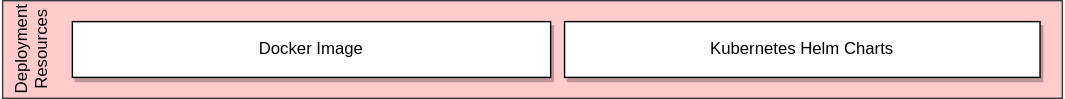
odpi/egeria-docs keeps this draw.io diagram as site/docs/release-notes/deployment-resources-functional-detail.svg. Above is the earlier version. Source tidied: cells renumbered, new cells last; positions are measured from the earlier drawing's top-left corner, leaving out a move shared by most shapes.
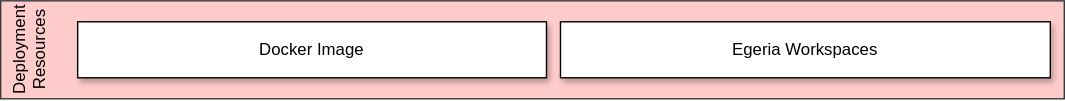
After the change.

What changed in the source:
```diff
@@ -3,13 +3,13 @@
     <mxCell id="0" />
     <mxCell id="1" parent="0" />
     <mxCell id="2" value="Deployment Resources" style="rounded=0;whiteSpace=wrap;html=1;horizontal=0;verticalAlign=top;fillColor=#ffcccc;strokeColor=#36393d;" parent="1" vertex="1">
-      <mxGeometry width="760" height="70" as="geometry" />
+      <mxGeometry x="1621" y="81" width="760" height="70" as="geometry" />
     </mxCell>
-    <mxCell id="3" value="Kubernetes Helm Charts" style="rounded=0;whiteSpace=wrap;html=1;align=center;shadow=1;" parent="1" vertex="1">
-      <mxGeometry x="403" y="15" width="341" height="40" as="geometry" />
+    <mxCell id="3" value="Docker Image" style="rounded=0;whiteSpace=wrap;html=1;align=center;shadow=1;" parent="1" vertex="1">
+      <mxGeometry x="1676" y="96" width="335" height="40" as="geometry" />
     </mxCell>
-    <mxCell id="4" value="Docker Image" style="rounded=0;whiteSpace=wrap;html=1;align=center;shadow=1;" parent="1" vertex="1">
-      <mxGeometry x="50" y="15" width="343" height="40" as="geometry" />
+    <mxCell id="4" value="Egeria Workspaces" style="rounded=0;whiteSpace=wrap;html=1;align=center;shadow=1;" parent="1" vertex="1">
+      <mxGeometry x="2021" y="96" width="350" height="40" as="geometry" />
     </mxCell>
   </root>
 </mxGraphModel>
```
